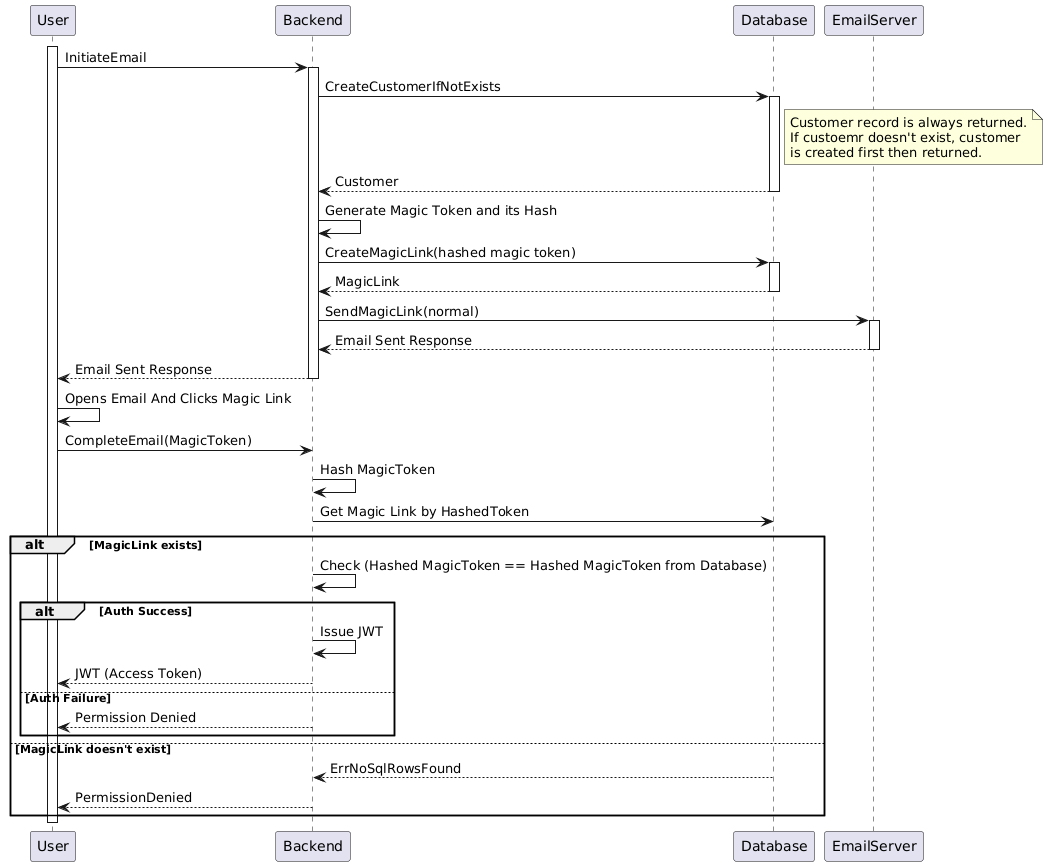
Above: docs/diagrams/out/docs/diagrams/sequence-diagrams/all-sequence-diagrams/Continue with Email.png in jadwalapp/symmetrical-spoon (PlantUML), before the change.
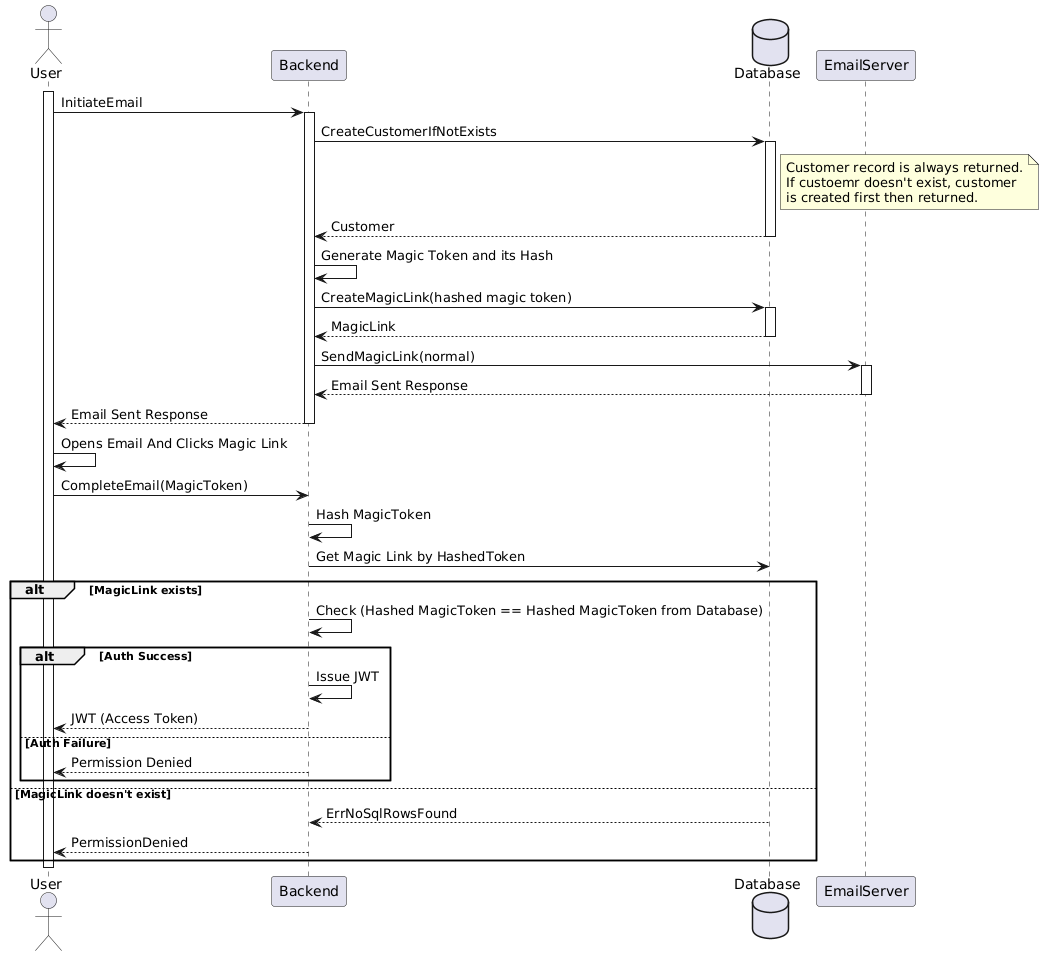
After the change.

Change to the diagram source:
```diff
@@ -1,4 +1,9 @@
 @startuml
+actor User
+participant Backend
+database Database
+participant EmailServer
+
 activate User
 
 User -> Backend ++ : InitiateEmail
```
